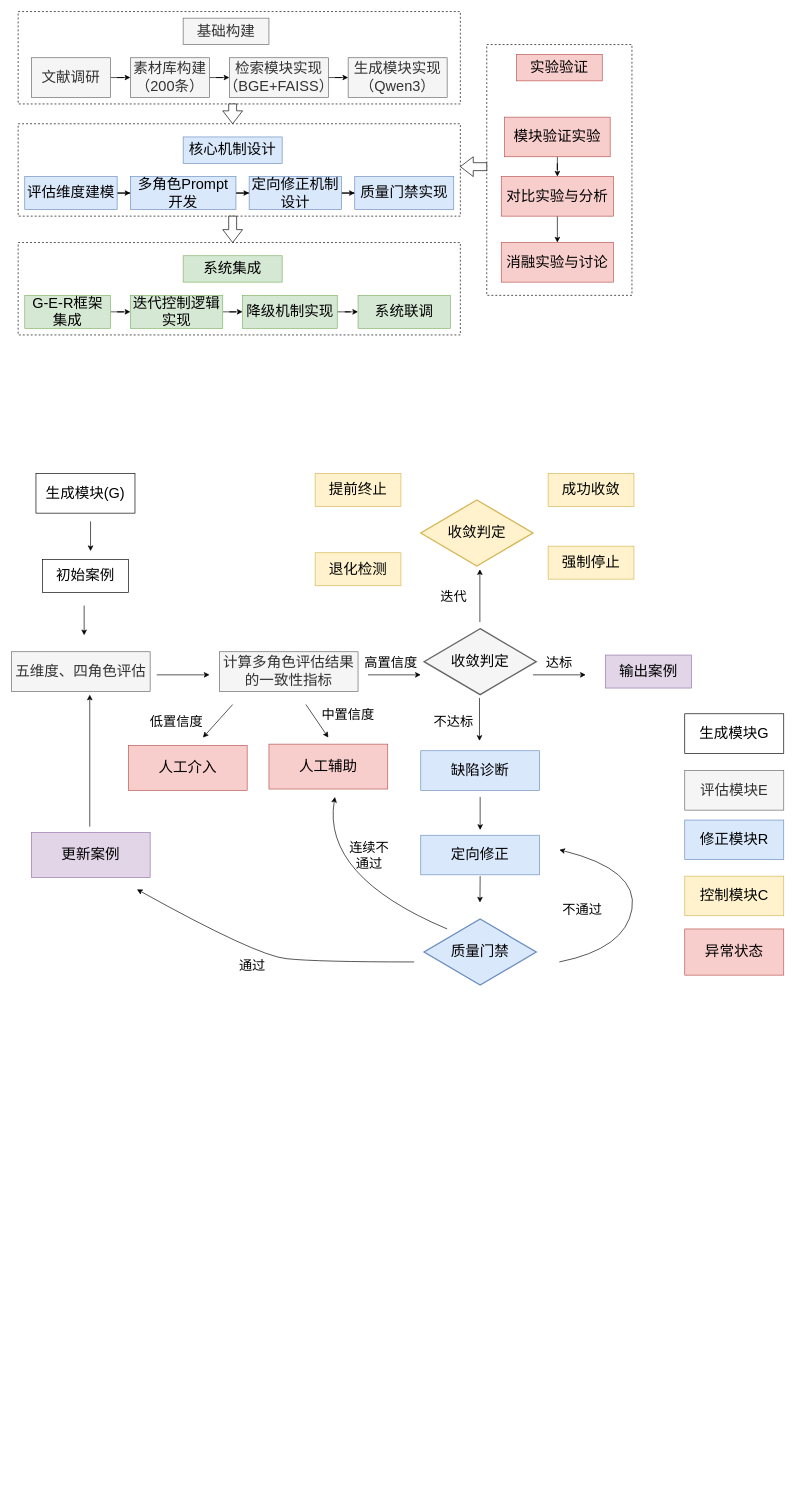
This is （开题报告3）技术路线图.drawio from handsome-tony/picture, a draw.io file, before an edit. Source tidied: cells renumbered, new cells numbered last; positions are measured from the earlier drawing's top-left corner, leaving out a move shared by most shapes. Both pictures are drawn from the tidied source at 66%, with x=0, y=0 at pixel (11, 11).
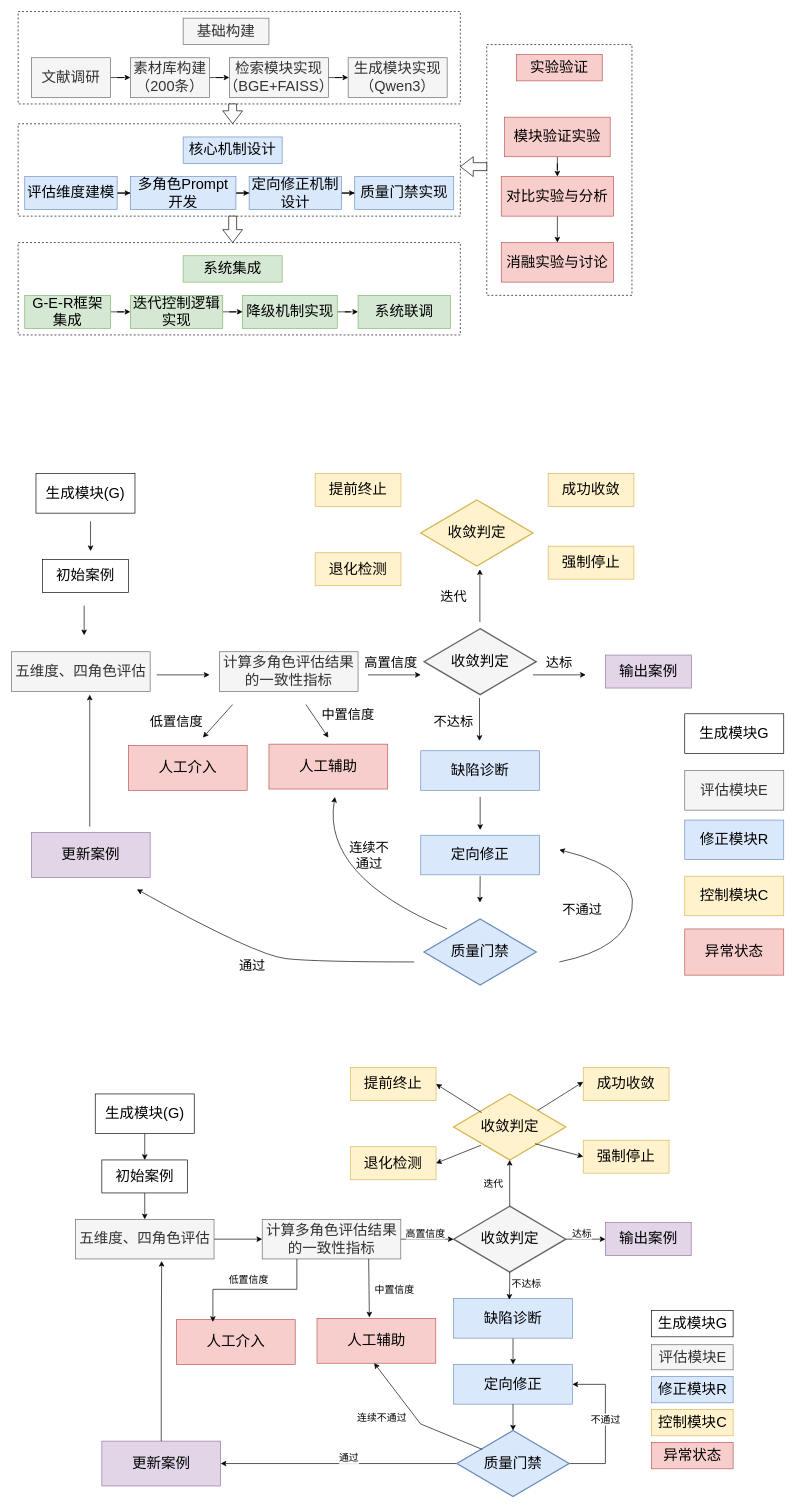
Above is the later version.

Commit message:
更新（开题报告3）技术路线图.drawio

What changed in the source:
```diff
@@
+    <mxCell id="85" style="edgeStyle=orthogonalEdgeStyle;rounded=0;jettySize=auto;html=1;entryX=0.5;entryY=0;entryDx=0;entryDy=0;" parent="1" edge="1" source="86" target="88">
+      <mxGeometry relative="1" as="geometry" />
+    </mxCell>
+    <mxCell id="86" value="&lt;font style=&quot;font-size: 22px;&quot;&gt;初始案例&lt;/font&gt;" style="rounded=0;whiteSpace=wrap;html=1;" parent="1" vertex="1">
+      <mxGeometry x="136.8" y="1740" width="130" height="50" as="geometry" />
+    </mxCell>
+    <mxCell id="87" style="edgeStyle=orthogonalEdgeStyle;rounded=0;jettySize=auto;html=1;entryX=0;entryY=0.5;entryDx=0;entryDy=0;" parent="1" edge="1" source="88" target="93">
+      <mxGeometry relative="1" as="geometry" />
+    </mxCell>
+    <mxCell id="88" value="&lt;font style=&quot;font-size: 22px;&quot;&gt;五维度、四角色评估&lt;/font&gt;" style="rounded=0;whiteSpace=wrap;html=1;fillColor=#f5f5f5;fontColor=#333333;strokeColor=#666666;" parent="1" vertex="1">
+      <mxGeometry x="96.8" y="1830" width="210" height="60" as="geometry" />
+    </mxCell>
+    <mxCell id="89" style="edgeStyle=orthogonalEdgeStyle;rounded=0;jettySize=auto;html=1;" parent="1" edge="1" source="90" target="86">
+      <mxGeometry relative="1" as="geometry" />
+    </mxCell>
+    <mxCell id="90" value="&lt;font style=&quot;font-size: 22px;&quot;&gt;生成模块(G)&lt;/font&gt;" style="rounded=0;whiteSpace=wrap;html=1;" parent="1" vertex="1">
+      <mxGeometry x="126.8" y="1640" width="150" height="60" as="geometry" />
+    </mxCell>
+    <mxCell id="91" style="edgeStyle=orthogonalEdgeStyle;rounded=0;jettySize=auto;html=1;" parent="1" edge="1" source="93" target="96">
+      <mxGeometry relative="1" as="geometry" />
+    </mxCell>
+    <mxCell id="92" value="&lt;span style=&quot;font-size: 15px;&quot;&gt;高置信度&lt;/span&gt;" style="edgeLabel;html=1;align=center;verticalAlign=middle;" parent="91" vertex="1">
+      <mxGeometry x="-0.4" y="1" relative="1" as="geometry">
+        <mxPoint x="13" y="-9" as="offset" />
+      </mxGeometry>
+    </mxCell>
+    <mxCell id="93" value="&lt;font style=&quot;font-size: 22px;&quot;&gt;计算多角色评估结果的一致性指标&lt;/font&gt;" style="rounded=0;whiteSpace=wrap;html=1;fillColor=#f5f5f5;fontColor=#333333;strokeColor=#666666;" parent="1" vertex="1">
+      <mxGeometry x="379.8" y="1830" width="210" height="60" as="geometry" />
+    </mxCell>
+    <mxCell id="94" style="edgeStyle=orthogonalEdgeStyle;rounded=0;jettySize=auto;html=1;entryX=0;entryY=0.5;entryDx=0;entryDy=0;" parent="1" edge="1" source="96" target="118">
+      <mxGeometry relative="1" as="geometry" />
+    </mxCell>
+    <mxCell id="95" value="&lt;font style=&quot;font-size: 15px;&quot;&gt;达标&lt;/font&gt;" style="edgeLabel;html=1;align=center;verticalAlign=middle;" parent="94" vertex="1">
+      <mxGeometry x="-0.29" y="1" relative="1" as="geometry">
+        <mxPoint x="3" y="-9" as="offset" />
+      </mxGeometry>
+    </mxCell>
+    <mxCell id="96" value="&lt;span style=&quot;color: rgb(0, 0, 0); font-size: 22px;&quot;&gt;收敛判定&lt;/span&gt;" style="strokeWidth=2;html=1;shape=mxgraph.flowchart.decision;whiteSpace=wrap;fillColor=#f5f5f5;fontColor=#333333;strokeColor=#666666;" parent="1" vertex="1">
+      <mxGeometry x="669.8" y="1810" width="170" height="100" as="geometry" />
+    </mxCell>
+    <mxCell id="97" style="edgeStyle=orthogonalEdgeStyle;rounded=0;jettySize=auto;html=1;entryX=0.5;entryY=0;entryDx=0;entryDy=0;" parent="1" edge="1" source="98" target="99">
+      <mxGeometry relative="1" as="geometry" />
+    </mxCell>
+    <mxCell id="98" value="&lt;span style=&quot;font-size: 22px;&quot;&gt;缺陷诊断&lt;/span&gt;" style="rounded=0;whiteSpace=wrap;html=1;fillColor=#dae8fc;strokeColor=#6c8ebf;" parent="1" vertex="1">
+      <mxGeometry x="669.8" y="1950" width="180" height="60" as="geometry" />
+    </mxCell>
+    <mxCell id="99" value="&lt;span style=&quot;font-size: 22px;&quot;&gt;定向修正&lt;/span&gt;" style="rounded=0;whiteSpace=wrap;html=1;fillColor=#dae8fc;strokeColor=#6c8ebf;" parent="1" vertex="1">
+      <mxGeometry x="669.8" y="2050" width="180" height="60" as="geometry" />
+    </mxCell>
+    <mxCell id="100" style="edgeStyle=orthogonalEdgeStyle;rounded=0;jettySize=auto;html=1;entryX=1;entryY=0.5;entryDx=0;entryDy=0;" parent="1" edge="1" source="104" target="99">
+      <mxGeometry relative="1" as="geometry">
+        <Array as="points">
+          <mxPoint x="899.8" y="2200" />
+          <mxPoint x="899.8" y="2080" />
+        </Array>
+      </mxGeometry>
+    </mxCell>
+    <mxCell id="101" value="&lt;font style=&quot;font-size: 15px;&quot;&gt;不通过&lt;/font&gt;" style="edgeLabel;html=1;align=center;verticalAlign=middle;" parent="100" vertex="1">
+      <mxGeometry x="0.09" relative="1" as="geometry" />
+    </mxCell>
+    <mxCell id="102" style="edgeStyle=orthogonalEdgeStyle;rounded=0;jettySize=auto;html=1;entryX=1;entryY=0.5;entryDx=0;entryDy=0;" parent="1" edge="1" source="104" target="110">
+      <mxGeometry relative="1" as="geometry" />
+    </mxCell>
+    <mxCell id="103" value="&lt;font style=&quot;font-size: 15px;&quot;&gt;通过&lt;/font&gt;" style="edgeLabel;html=1;align=center;verticalAlign=middle;" parent="102" vertex="1">
+      <mxGeometry x="-0.07" y="1" relative="1" as="geometry">
+        <mxPoint x="2" y="-11" as="offset" />
+      </mxGeometry>
+    </mxCell>
+    <mxCell id="104" value="&lt;span style=&quot;color: rgb(0, 0, 0); font-size: 22px;&quot;&gt;质量门禁&lt;/span&gt;" style="strokeWidth=2;html=1;shape=mxgraph.flowchart.decision;whiteSpace=wrap;fillColor=#dae8fc;strokeColor=#6c8ebf;" parent="1" vertex="1">
+      <mxGeometry x="674.8" y="2150" width="170" height="100" as="geometry" />
+    </mxCell>
+    <mxCell id="105" style="edgeStyle=orthogonalEdgeStyle;rounded=0;jettySize=auto;html=1;entryX=0.469;entryY=0.029;entryDx=0;entryDy=0;entryPerimeter=0;" parent="1" edge="1" source="96" target="98">
+      <mxGeometry relative="1" as="geometry" />
+    </mxCell>
+    <mxCell id="106" value="&lt;font style=&quot;font-size: 15px;&quot;&gt;不达标&lt;/font&gt;" style="edgeLabel;html=1;align=center;verticalAlign=middle;" parent="105" vertex="1">
+      <mxGeometry x="-0.23" y="-2" relative="1" as="geometry">
+        <mxPoint x="27" as="offset" />
+      </mxGeometry>
+    </mxCell>
+    <mxCell id="107" style="edgeStyle=orthogonalEdgeStyle;rounded=0;jettySize=auto;html=1;entryX=0.5;entryY=0;entryDx=0;entryDy=0;entryPerimeter=0;" parent="1" edge="1" source="99" target="104">
+      <mxGeometry relative="1" as="geometry" />
+    </mxCell>
+    <mxCell id="108" value="&lt;span style=&quot;font-size: 22px;&quot;&gt;人工介入&lt;/span&gt;" style="rounded=0;whiteSpace=wrap;html=1;fillColor=#f8cecc;strokeColor=#b85450;" parent="1" vertex="1">
+      <mxGeometry x="249.8" y="1982" width="180" height="68" as="geometry" />
+    </mxCell>
+    <mxCell id="109" value="&lt;span style=&quot;font-size: 22px;&quot;&gt;人工辅助&lt;/span&gt;" style="rounded=0;whiteSpace=wrap;html=1;fillColor=#f8cecc;strokeColor=#b85450;" parent="1" vertex="1">
+      <mxGeometry x="462.8" y="1980" width="180" height="68" as="geometry" />
+    </mxCell>
+    <mxCell id="110" value="&lt;span style=&quot;font-size: 22px;&quot;&gt;更新案例&lt;/span&gt;" style="rounded=0;whiteSpace=wrap;html=1;fillColor=#e1d5e7;strokeColor=#9673a6;" parent="1" vertex="1">
+      <mxGeometry x="136.8" y="2166" width="180" height="68" as="geometry" />
+    </mxCell>
+    <mxCell id="111" style="edgeStyle=orthogonalEdgeStyle;rounded=0;jettySize=auto;html=1;entryX=0.622;entryY=1.05;entryDx=0;entryDy=0;entryPerimeter=0;" parent="1" edge="1" source="110" target="88">
+      <mxGeometry relative="1" as="geometry" />
+    </mxCell>
+    <mxCell id="112" style="edgeStyle=orthogonalEdgeStyle;rounded=0;jettySize=auto;html=1;exitX=0.25;exitY=1;exitDx=0;exitDy=0;entryX=0.307;entryY=0.051;entryDx=0;entryDy=0;entryPerimeter=0;" parent="1" edge="1" source="93" target="108">
+      <mxGeometry relative="1" as="geometry" />
+    </mxCell>
+    <mxCell id="113" value="&lt;font style=&quot;font-size: 15px;&quot;&gt;低置信度&lt;/font&gt;" style="edgeLabel;html=1;align=center;verticalAlign=middle;" parent="112" vertex="1">
+      <mxGeometry x="0.08" y="-2" relative="1" as="geometry">
+        <mxPoint y="-14" as="offset" />
+      </mxGeometry>
+    </mxCell>
+    <mxCell id="114" style="endArrow=classic;html=1;rounded=0;exitX=0.768;exitY=0.996;exitDx=0;exitDy=0;exitPerimeter=0;entryX=0.441;entryY=-0.021;entryDx=0;entryDy=0;entryPerimeter=0;" parent="1" edge="1" source="93" target="109">
+      <mxGeometry relative="1" as="geometry" />
+    </mxCell>
+    <mxCell id="115" value="&lt;font style=&quot;font-size: 15px;&quot;&gt;中置信度&lt;/font&gt;" style="edgeLabel;html=1;align=center;verticalAlign=middle;" parent="114" vertex="1">
+      <mxGeometry x="0.04" relative="1" as="geometry">
+        <mxPoint x="38" as="offset" />
+      </mxGeometry>
+    </mxCell>
+    <mxCell id="116" style="endArrow=classic;html=1;rounded=0;exitX=0.225;exitY=0.285;exitDx=0;exitDy=0;exitPerimeter=0;entryX=0.481;entryY=0.997;entryDx=0;entryDy=0;entryPerimeter=0;" parent="1" edge="1" source="104" target="109">
+      <mxGeometry relative="1" as="geometry">
+        <Array as="points">
+          <mxPoint x="619.8" y="2140" />
+        </Array>
+      </mxGeometry>
+    </mxCell>
+    <mxCell id="117" value="&lt;font style=&quot;font-size: 15px;&quot;&gt;连续不通过&lt;/font&gt;" style="edgeLabel;html=1;align=center;verticalAlign=middle;" parent="116" vertex="1">
+      <mxGeometry x="0.21" y="3" relative="1" as="geometry">
+        <mxPoint x="-39" y="12" as="offset" />
+      </mxGeometry>
+    </mxCell>
+    <mxCell id="118" value="&lt;font style=&quot;font-size: 22px;&quot;&gt;输出案例&lt;/font&gt;" style="rounded=0;whiteSpace=wrap;html=1;fillColor=#e1d5e7;strokeColor=#9673a6;" parent="1" vertex="1">
+      <mxGeometry x="899.8" y="1835" width="130" height="50" as="geometry" />
+    </mxCell>
+    <mxCell id="119" value="&lt;span style=&quot;color: rgb(0, 0, 0); font-size: 22px;&quot;&gt;收敛判定&lt;/span&gt;" style="strokeWidth=2;html=1;shape=mxgraph.flowchart.decision;whiteSpace=wrap;fillColor=#fff2cc;strokeColor=#d6b656;" parent="1" vertex="1">
+      <mxGeometry x="669.8" y="1640" width="170" height="100" as="geometry" />
+    </mxCell>
+    <mxCell id="120" value="&lt;font style=&quot;font-size: 22px;&quot;&gt;成功收敛&lt;/font&gt;" style="rounded=0;whiteSpace=wrap;html=1;fillColor=#fff2cc;strokeColor=#d6b656;" parent="1" vertex="1">
+      <mxGeometry x="866.2" y="1600" width="130" height="50" as="geometry" />
+    </mxCell>
+    <mxCell id="121" value="&lt;font style=&quot;font-size: 22px;&quot;&gt;强制停止&lt;/font&gt;" style="rounded=0;whiteSpace=wrap;html=1;fillColor=#fff2cc;strokeColor=#d6b656;" parent="1" vertex="1">
+      <mxGeometry x="866.2" y="1710" width="130" height="50" as="geometry" />
+    </mxCell>
+    <mxCell id="122" value="&lt;span style=&quot;font-size: 22px;&quot;&gt;提前终止&lt;/span&gt;" style="rounded=0;whiteSpace=wrap;html=1;fillColor=#fff2cc;strokeColor=#d6b656;" parent="1" vertex="1">
+      <mxGeometry x="513.2" y="1600" width="130" height="50" as="geometry" />
+    </mxCell>
+    <mxCell id="123" value="&lt;font style=&quot;font-size: 22px;&quot;&gt;退化检测&lt;/font&gt;" style="rounded=0;whiteSpace=wrap;html=1;fillColor=#fff2cc;strokeColor=#d6b656;" parent="1" vertex="1">
+      <mxGeometry x="513.2" y="1720" width="130" height="50" as="geometry" />
+    </mxCell>
+    <mxCell id="124" style="edgeStyle=orthogonalEdgeStyle;rounded=0;jettySize=auto;html=1;entryX=0.5;entryY=1;entryDx=0;entryDy=0;entryPerimeter=0;" parent="1" edge="1" source="96" target="119">
+      <mxGeometry relative="1" as="geometry" />
+    </mxCell>
+    <mxCell id="125" value="&lt;font style=&quot;font-size: 15px;&quot;&gt;迭代&lt;/font&gt;" style="edgeLabel;html=1;align=center;verticalAlign=middle;" parent="124" vertex="1">
+      <mxGeometry x="0.01" y="-2" relative="1" as="geometry">
+        <mxPoint x="-27" as="offset" />
+      </mxGeometry>
+    </mxCell>
+    <mxCell id="126" style="endArrow=classic;html=1;rounded=0;entryX=-0.001;entryY=0.434;entryDx=0;entryDy=0;entryPerimeter=0;exitX=0.752;exitY=0.247;exitDx=0;exitDy=0;exitPerimeter=0;" parent="1" edge="1" source="119" target="120">
+      <mxGeometry relative="1" as="geometry" />
+    </mxCell>
+    <mxCell id="127" style="endArrow=classic;html=1;rounded=0;entryX=0;entryY=0.5;entryDx=0;entryDy=0;exitX=0.725;exitY=0.754;exitDx=0;exitDy=0;exitPerimeter=0;" parent="1" edge="1" source="119" target="121">
+      <mxGeometry relative="1" as="geometry" />
+    </mxCell>
+    <mxCell id="128" style="endArrow=classic;html=1;rounded=0;entryX=1;entryY=0.5;entryDx=0;entryDy=0;exitX=0.249;exitY=0.283;exitDx=0;exitDy=0;exitPerimeter=0;" parent="1" edge="1" source="119" target="122">
+      <mxGeometry relative="1" as="geometry" />
+    </mxCell>
+    <mxCell id="129" style="endArrow=classic;html=1;rounded=0;entryX=1;entryY=0.5;entryDx=0;entryDy=0;exitX=0.244;exitY=0.777;exitDx=0;exitDy=0;exitPerimeter=0;" parent="1" edge="1" source="119" target="123">
+      <mxGeometry relative="1" as="geometry" />
+    </mxCell>
+    <mxCell id="130" value="&lt;font style=&quot;font-size: 22px;&quot;&gt;生成模块G&lt;/font&gt;" style="rounded=0;whiteSpace=wrap;html=1;" parent="1" vertex="1">
+      <mxGeometry x="969.8" y="1968" width="123.5" height="40" as="geometry" />
+    </mxCell>
+    <mxCell id="131" value="&lt;font style=&quot;font-size: 22px;&quot;&gt;评估模块E&lt;/font&gt;" style="rounded=0;whiteSpace=wrap;html=1;fillColor=#f5f5f5;strokeColor=#666666;fontColor=#333333;" parent="1" vertex="1">
+      <mxGeometry x="969.8" y="2020" width="123.5" height="38" as="geometry" />
+    </mxCell>
+    <mxCell id="132" value="&lt;font style=&quot;font-size: 22px;&quot;&gt;修正模块R&lt;/font&gt;" style="rounded=0;whiteSpace=wrap;html=1;fillColor=#dae8fc;strokeColor=#6c8ebf;" parent="1" vertex="1">
+      <mxGeometry x="969.8" y="2068" width="123.5" height="40" as="geometry" />
+    </mxCell>
+    <mxCell id="133" value="&lt;font style=&quot;font-size: 22px;&quot;&gt;控制模块C&lt;/font&gt;" style="rounded=0;whiteSpace=wrap;html=1;fillColor=#fff2cc;strokeColor=#d6b656;" parent="1" vertex="1">
+      <mxGeometry x="969.8" y="2118" width="123.5" height="40" as="geometry" />
+    </mxCell>
+    <mxCell id="134" value="&lt;font style=&quot;font-size: 22px;&quot;&gt;异常状态&lt;/font&gt;" style="rounded=0;whiteSpace=wrap;html=1;fillColor=#f8cecc;strokeColor=#b85450;" parent="1" vertex="1">
+      <mxGeometry x="969.8" y="2168" width="123.5" height="40" as="geometry" />
+    </mxCell>
```
